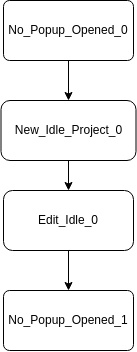
Earlier version of the draw.io export docs/04_assignment/figures/01_create_project/01_transition_tree.png (Jumaruba/jtimesched). Source tidied: cells renumbered, new cells last; positions are measured from the earlier drawing's top-left corner, leaving out a move shared by most shapes.
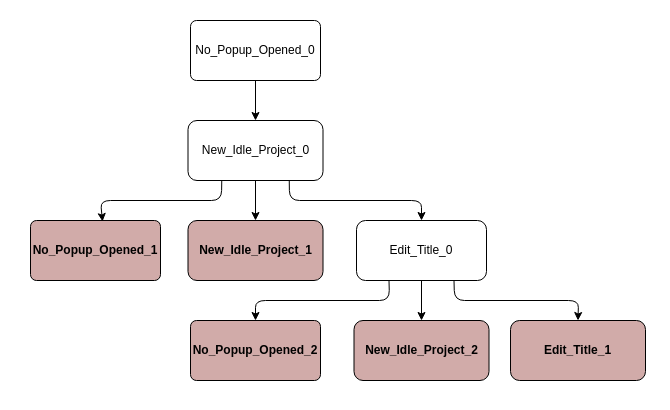
The same diagram one commit later.

Commit message:
Explain state diagram 1

The edit, as a diff of the source:
```diff
@@ -2,26 +2,73 @@
   <root>
     <mxCell id="0" />
     <mxCell id="1" parent="0" />
+    <mxCell id="9" style="rounded=0;whiteSpace=wrap;html=1;fillColor=#FFFFFF;strokeColor=none;strokeWidth=0;" parent="1" vertex="1">
+      <mxGeometry x="-188" y="-20" width="670" height="410" as="geometry" />
+    </mxCell>
-    <mxCell id="2" style="edgeStyle=none;html=1;exitX=0.5;exitY=1;exitDx=0;exitDy=0;entryX=0.5;entryY=0;entryDx=0;entryDy=0;" parent="1" edge="1" source="3" target="5">
+    <mxCell id="2" style="edgeStyle=none;html=1;exitX=0.5;exitY=1;exitDx=0;exitDy=0;entryX=0.5;entryY=0;entryDx=0;entryDy=0;strokeColor=#000000;" parent="1" edge="1" source="3" target="5">
       <mxGeometry relative="1" as="geometry" />
     </mxCell>
-    <mxCell id="3" value="No_Popup_Opened_0" style="rounded=1;whiteSpace=wrap;html=1;arcSize=10;" parent="1" vertex="1">
+    <mxCell id="3" value="No_Popup_Opened_0" style="rounded=1;whiteSpace=wrap;html=1;arcSize=10;fillColor=none;strokeColor=#000000;fontColor=#000000;" parent="1" vertex="1">
       <mxGeometry x="2" width="130" height="60" as="geometry" />
     </mxCell>
-    <mxCell id="4" style="edgeStyle=none;html=1;exitX=0.5;exitY=1;exitDx=0;exitDy=0;entryX=0.5;entryY=0;entryDx=0;entryDy=0;" parent="1" edge="1" source="5" target="7">
+    <mxCell id="4" style="edgeStyle=none;html=1;exitX=0.5;exitY=1;exitDx=0;exitDy=0;entryX=0.5;entryY=0;entryDx=0;entryDy=0;strokeColor=#000000;" parent="1" edge="1" source="5" target="13">
       <mxGeometry relative="1" as="geometry" />
     </mxCell>
+    <mxCell id="10" style="edgeStyle=none;html=1;exitX=0.25;exitY=1;exitDx=0;exitDy=0;entryX=0.554;entryY=0.017;entryDx=0;entryDy=0;entryPerimeter=0;strokeColor=#000000;" parent="1" edge="1" source="5" target="12">
+      <mxGeometry relative="1" as="geometry">
+        <Array as="points">
+          <mxPoint x="33" y="180" />
+          <mxPoint x="-88" y="180" />
+        </Array>
+      </mxGeometry>
+    </mxCell>
+    <mxCell id="11" style="edgeStyle=none;html=1;exitX=0.75;exitY=1;exitDx=0;exitDy=0;entryX=0.5;entryY=0;entryDx=0;entryDy=0;strokeColor=#000000;" parent="1" edge="1" source="5" target="17">
+      <mxGeometry relative="1" as="geometry">
+        <Array as="points">
+          <mxPoint x="101" y="180" />
+          <mxPoint x="233" y="180" />
+        </Array>
+      </mxGeometry>
+    </mxCell>
-    <mxCell id="5" value="New_Idle_Project_0" style="rounded=1;whiteSpace=wrap;html=1;" parent="1" vertex="1">
+    <mxCell id="5" value="New_Idle_Project_0" style="rounded=1;whiteSpace=wrap;html=1;fillColor=none;strokeColor=#000000;fontColor=#000000;" parent="1" vertex="1">
       <mxGeometry x="-0.5" y="100" width="135" height="60" as="geometry" />
     </mxCell>
-    <mxCell id="6" style="edgeStyle=none;html=1;exitX=0.5;exitY=1;exitDx=0;exitDy=0;entryX=0.5;entryY=0;entryDx=0;entryDy=0;" parent="1" edge="1" source="7" target="8">
-      <mxGeometry relative="1" as="geometry" />
-    </mxCell>
-    <mxCell id="7" value="Edit_Idle_0" style="rounded=1;whiteSpace=wrap;html=1;fontSize=12;" parent="1" vertex="1">
-      <mxGeometry x="2" y="190" width="130" height="60" as="geometry" />
-    </mxCell>
-    <mxCell id="8" value="No_Popup_Opened_1" style="rounded=1;whiteSpace=wrap;html=1;arcSize=10;" parent="1" vertex="1">
-      <mxGeometry x="2" y="290" width="130" height="60" as="geometry" />
+    <mxCell id="8" value="No_Popup_Opened_2" style="rounded=1;whiteSpace=wrap;html=1;arcSize=10;fillColor=#D1ABA9;fontStyle=1;fontColor=#000000;strokeColor=#000000;" parent="1" vertex="1">
+      <mxGeometry x="2" y="300" width="130" height="60" as="geometry" />
     </mxCell>
+    <mxCell id="12" value="&lt;b&gt;&lt;font&gt;No_Popup_Opened_1&lt;/font&gt;&lt;/b&gt;" style="rounded=1;whiteSpace=wrap;html=1;arcSize=10;fillColor=#D1ABA9;fontColor=#000000;strokeColor=#000000;" parent="1" vertex="1">
+      <mxGeometry x="-158" y="200" width="130" height="60" as="geometry" />
+    </mxCell>
+    <mxCell id="13" value="New_Idle_Project_1" style="rounded=1;whiteSpace=wrap;html=1;fillColor=#D1ABA9;fontStyle=1;fontColor=#000000;strokeColor=#000000;" parent="1" vertex="1">
+      <mxGeometry x="-0.5" y="200" width="135" height="60" as="geometry" />
+    </mxCell>
+    <mxCell id="14" style="edgeStyle=none;html=1;exitX=0.5;exitY=1;exitDx=0;exitDy=0;entryX=0.5;entryY=0;entryDx=0;entryDy=0;strokeColor=#000000;" parent="1" edge="1" source="17" target="18">
+      <mxGeometry relative="1" as="geometry" />
+    </mxCell>
+    <mxCell id="15" style="edgeStyle=none;html=1;exitX=0.75;exitY=1;exitDx=0;exitDy=0;entryX=0.5;entryY=0;entryDx=0;entryDy=0;strokeColor=#000000;" parent="1" edge="1" source="17" target="19">
+      <mxGeometry relative="1" as="geometry">
+        <Array as="points">
+          <mxPoint x="266" y="280" />
+          <mxPoint x="390" y="280" />
+        </Array>
+      </mxGeometry>
+    </mxCell>
+    <mxCell id="16" style="edgeStyle=none;html=1;exitX=0.25;exitY=1;exitDx=0;exitDy=0;entryX=0.5;entryY=0;entryDx=0;entryDy=0;strokeColor=#000000;" parent="1" edge="1" source="17" target="8">
+      <mxGeometry relative="1" as="geometry">
+        <Array as="points">
+          <mxPoint x="201" y="280" />
+          <mxPoint x="67" y="280" />
+        </Array>
+      </mxGeometry>
+    </mxCell>
+    <mxCell id="17" value="Edit_Title_0" style="rounded=1;whiteSpace=wrap;html=1;fontSize=12;fillColor=none;strokeColor=#000000;fontColor=#000000;" parent="1" vertex="1">
+      <mxGeometry x="168" y="200" width="130" height="60" as="geometry" />
+    </mxCell>
+    <mxCell id="18" value="New_Idle_Project_2" style="rounded=1;whiteSpace=wrap;html=1;fillColor=#D1ABA9;fontStyle=1;fontColor=#000000;strokeColor=#000000;" parent="1" vertex="1">
+      <mxGeometry x="165.5" y="300" width="135" height="60" as="geometry" />
+    </mxCell>
+    <mxCell id="19" value="Edit_Title_1" style="rounded=1;whiteSpace=wrap;html=1;fillColor=#D1ABA9;fontStyle=1;fontColor=#000000;strokeColor=#000000;" parent="1" vertex="1">
+      <mxGeometry x="322" y="300" width="135" height="60" as="geometry" />
+    </mxCell>
   </root>
 </mxGraphModel>
```
